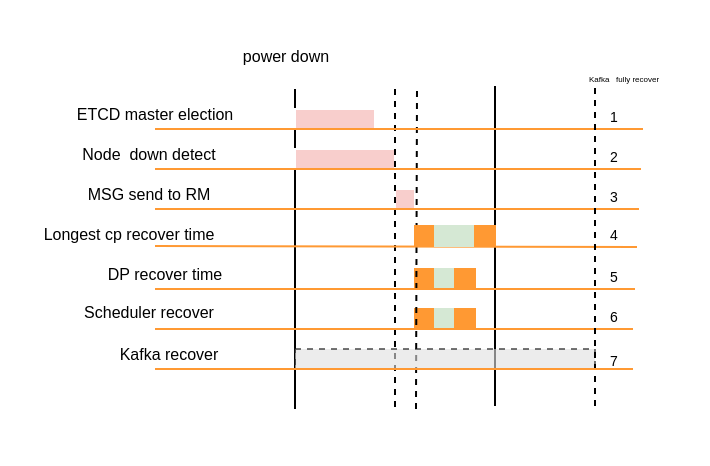
Earlier version of the draw.io diagram page "Page-4" (3 of 4) of resilience.drawio (zhangwm1987/mydraw_io). Source tidied: cells renumbered, new cells numbered last; positions are measured from the earlier drawing's top-left corner, leaving out a move shared by most shapes. Both pictures are drawn from the tidied source at 200%, with x=0, y=0 at pixel (34, 32).
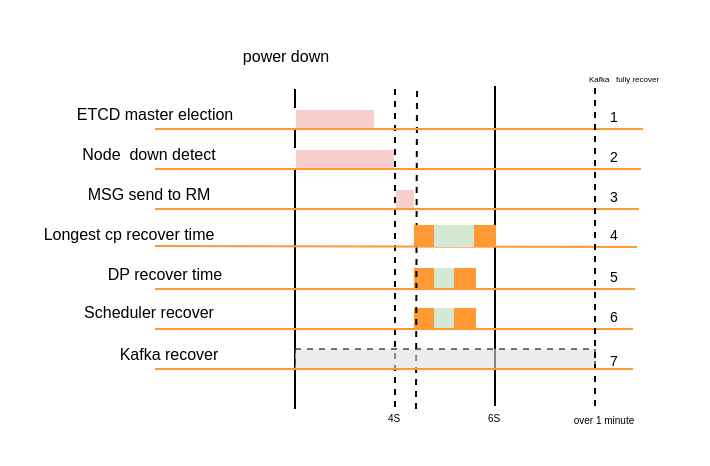
The same page after the edit.

What changed in the source:
```diff
@@
+    <mxCell id="43" value="&lt;font style=&quot;font-size: 5px&quot;&gt;4S&lt;/font&gt;" style="text;html=1;strokeColor=none;fillColor=none;align=center;verticalAlign=middle;whiteSpace=wrap;rounded=0;" parent="1" vertex="1">
+      <mxGeometry x="175" y="185.5" width="10" height="10" as="geometry" />
+    </mxCell>
+    <mxCell id="44" value="&lt;font style=&quot;font-size: 5px&quot;&gt;6S&lt;/font&gt;" style="text;html=1;strokeColor=none;fillColor=none;align=center;verticalAlign=middle;whiteSpace=wrap;rounded=0;" parent="1" vertex="1">
+      <mxGeometry x="225" y="185.5" width="10" height="10" as="geometry" />
+    </mxCell>
+    <mxCell id="45" value="&lt;font style=&quot;font-size: 5px&quot;&gt;over&amp;nbsp;1 minute&lt;br&gt;&lt;/font&gt;" style="text;html=1;strokeColor=none;fillColor=none;align=center;verticalAlign=middle;whiteSpace=wrap;rounded=0;" parent="1" vertex="1">
+      <mxGeometry x="262" y="190" width="46" height="4" as="geometry" />
+    </mxCell>
```
